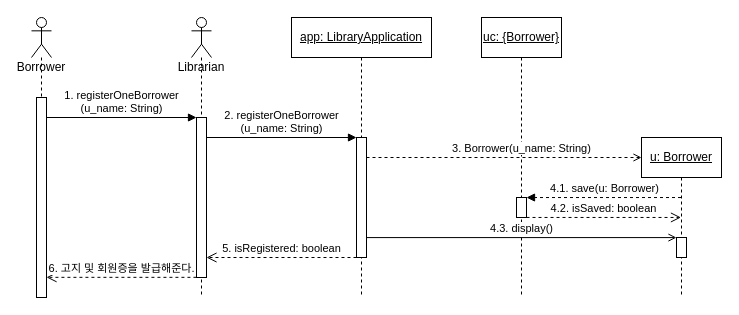
This is UML/SD1 Register one borrower.drawio from Halozhan/2023-2-LibraryApplication, a draw.io file, before an edit. Source tidied: cells renumbered, new cells numbered last; positions are measured from the earlier drawing's top-left corner, leaving out a move shared by most shapes. Both pictures are drawn from the tidied source at 100%, with x=0, y=0 at pixel (31, 17).
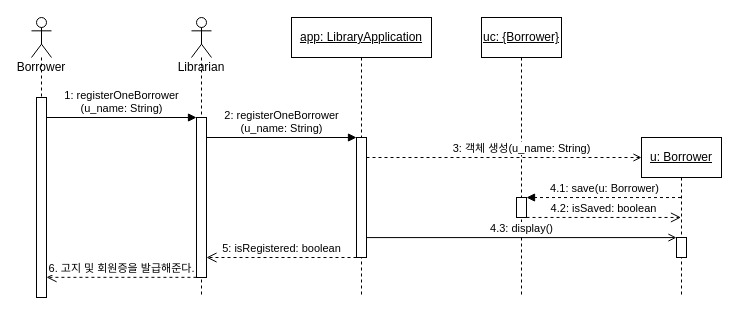
Above is the later version.

Unchanged cells that the change refers to:
```xml
<mxCell id="3" style="html=1;points=[];perimeter=orthogonalPerimeter;" parent="2" vertex="1">
  <mxGeometry x="5" y="80" width="10" height="200" as="geometry" />
</mxCell>
<mxCell id="5" style="html=1;points=[];perimeter=orthogonalPerimeter;" parent="4" vertex="1">
  <mxGeometry x="5" y="100" width="10" height="160" as="geometry" />
</mxCell>
<mxCell id="9" style="html=1;points=[];perimeter=orthogonalPerimeter;" parent="8" vertex="1">
  <mxGeometry x="65" y="120" width="10" height="120" as="geometry" />
</mxCell>
<mxCell id="11" style="html=1;points=[];perimeter=orthogonalPerimeter;" parent="10" vertex="1">
  <mxGeometry x="35" y="180" width="10" height="20" as="geometry" />
</mxCell>
<mxCell id="12" style="html=1;verticalAlign=bottom;labelBackgroundColor=none;endArrow=open;endFill=0;dashed=1;" parent="1" edge="1" source="9">
  <mxGeometry relative="1" as="geometry">
    <mxPoint x="610" y="140" as="targetPoint" />
  </mxGeometry>
</mxCell>
<mxCell id="16" value="&lt;u style=&quot;&quot;&gt;u: Borrower&lt;/u&gt;" style="shape=umlLifeline;perimeter=lifelinePerimeter;whiteSpace=wrap;html=1;outlineConnect=0;" parent="1" vertex="1">
  <mxGeometry x="610" y="120" width="80" height="160" as="geometry" />
</mxCell>
<mxCell id="17" style="html=1;points=[];perimeter=orthogonalPerimeter;" parent="16" vertex="1">
  <mxGeometry x="35" y="100" width="10" height="20" as="geometry" />
</mxCell>
```

Diff of the diagram source:
```diff
@@
-    <mxCell id="6" value="1. registerOneBorrower&lt;br&gt;(u_name: String)" style="html=1;verticalAlign=bottom;endArrow=block;entryX=0;entryY=0;" parent="1" edge="1" source="3" target="5">
+    <mxCell id="6" value="1: registerOneBorrower&lt;br&gt;(u_name: String)" style="html=1;verticalAlign=bottom;endArrow=block;entryX=0;entryY=0;" parent="1" edge="1" source="3" target="5">
       <mxGeometry relative="1" as="geometry" />
     </mxCell>
@@
-    <mxCell id="13" value="3. Borrower(u_name: String)" style="edgeLabel;html=1;align=center;verticalAlign=middle;" parent="12" vertex="1">
+    <mxCell id="13" value="3: 객체 생성(u_name: String)" style="edgeLabel;html=1;align=center;verticalAlign=middle;" parent="12" vertex="1">
       <mxGeometry x="0.58" relative="1" as="geometry">
         <mxPoint x="-63" y="-10" as="offset" />
       </mxGeometry>
     </mxCell>
-    <mxCell id="14" value="2. registerOneBorrower&lt;br&gt;(u_name: String)" style="html=1;verticalAlign=bottom;endArrow=block;entryX=0;entryY=0;" parent="1" edge="1" source="5" target="9">
+    <mxCell id="14" value="2: registerOneBorrower&lt;br&gt;(u_name: String)" style="html=1;verticalAlign=bottom;endArrow=block;entryX=0;entryY=0;" parent="1" edge="1" source="5" target="9">
       <mxGeometry relative="1" as="geometry" />
     </mxCell>
-    <mxCell id="15" value="5. isRegistered: boolean" style="html=1;verticalAlign=bottom;endArrow=open;dashed=1;endSize=8;exitX=-0.001;exitY=1;exitDx=0;exitDy=0;exitPerimeter=0;" parent="1" edge="1" source="9" target="5">
+    <mxCell id="15" value="5: isRegistered: boolean" style="html=1;verticalAlign=bottom;endArrow=open;dashed=1;endSize=8;exitX=-0.001;exitY=1;exitDx=0;exitDy=0;exitPerimeter=0;" parent="1" edge="1" source="9" target="5">
       <mxGeometry relative="1" as="geometry" />
     </mxCell>
@@
-    <mxCell id="18" value="4.1. save(u: Borrower)" style="html=1;verticalAlign=bottom;endArrow=block;entryX=1.002;entryY=0.002;dashed=1;entryDx=0;entryDy=0;entryPerimeter=0;" parent="1" edge="1" source="16" target="11">
+    <mxCell id="18" value="4.1: save(u: Borrower)" style="html=1;verticalAlign=bottom;endArrow=block;entryX=1.002;entryY=0.002;dashed=1;entryDx=0;entryDy=0;entryPerimeter=0;" parent="1" edge="1" source="16" target="11">
       <mxGeometry relative="1" as="geometry" />
     </mxCell>
-    <mxCell id="19" value="4.2. isSaved: boolean" style="html=1;verticalAlign=bottom;endArrow=open;dashed=1;endSize=8;exitX=1.002;exitY=0.998;exitDx=0;exitDy=0;exitPerimeter=0;" parent="1" edge="1" source="11" target="16">
+    <mxCell id="19" value="4.2: isSaved: boolean" style="html=1;verticalAlign=bottom;endArrow=open;dashed=1;endSize=8;exitX=1.002;exitY=0.998;exitDx=0;exitDy=0;exitPerimeter=0;" parent="1" edge="1" source="11" target="16">
       <mxGeometry relative="1" as="geometry" />
     </mxCell>
-    <mxCell id="20" value="4.3. display()" style="html=1;verticalAlign=bottom;startArrow=none;endArrow=open;startSize=8;startFill=0;entryX=-0.003;entryY=0.004;entryDx=0;entryDy=0;entryPerimeter=0;endFill=0;" parent="1" edge="1" source="9" target="17">
+    <mxCell id="20" value="4.3: display()" style="html=1;verticalAlign=bottom;startArrow=none;endArrow=open;startSize=8;startFill=0;entryX=-0.003;entryY=0.004;entryDx=0;entryDy=0;entryPerimeter=0;endFill=0;" parent="1" edge="1" source="9" target="17">
       <mxGeometry relative="1" as="geometry" />
     </mxCell>
```
